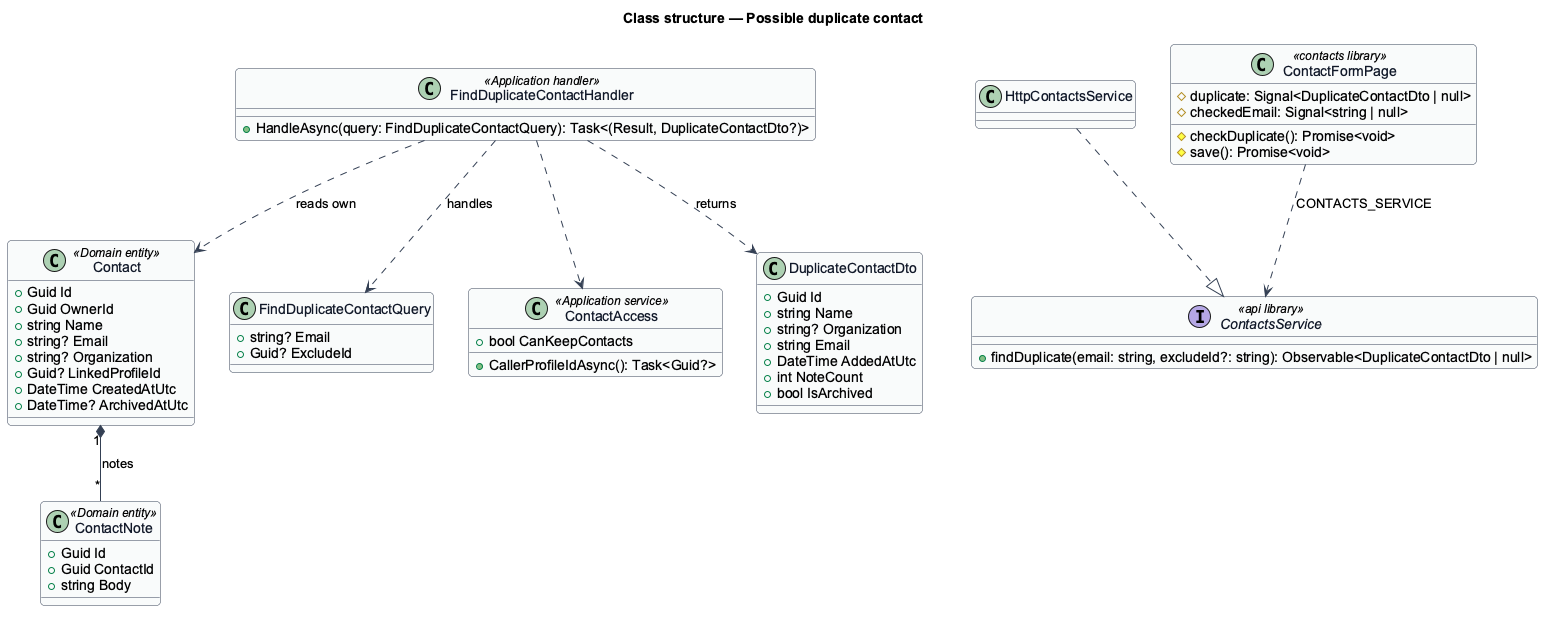
The PlantUML diagram docs/detailed-designs/contacts/possible-duplicate-contact/diagrams/class-structure.png in QuinntyneBrown/faithtech-community, before a commit.
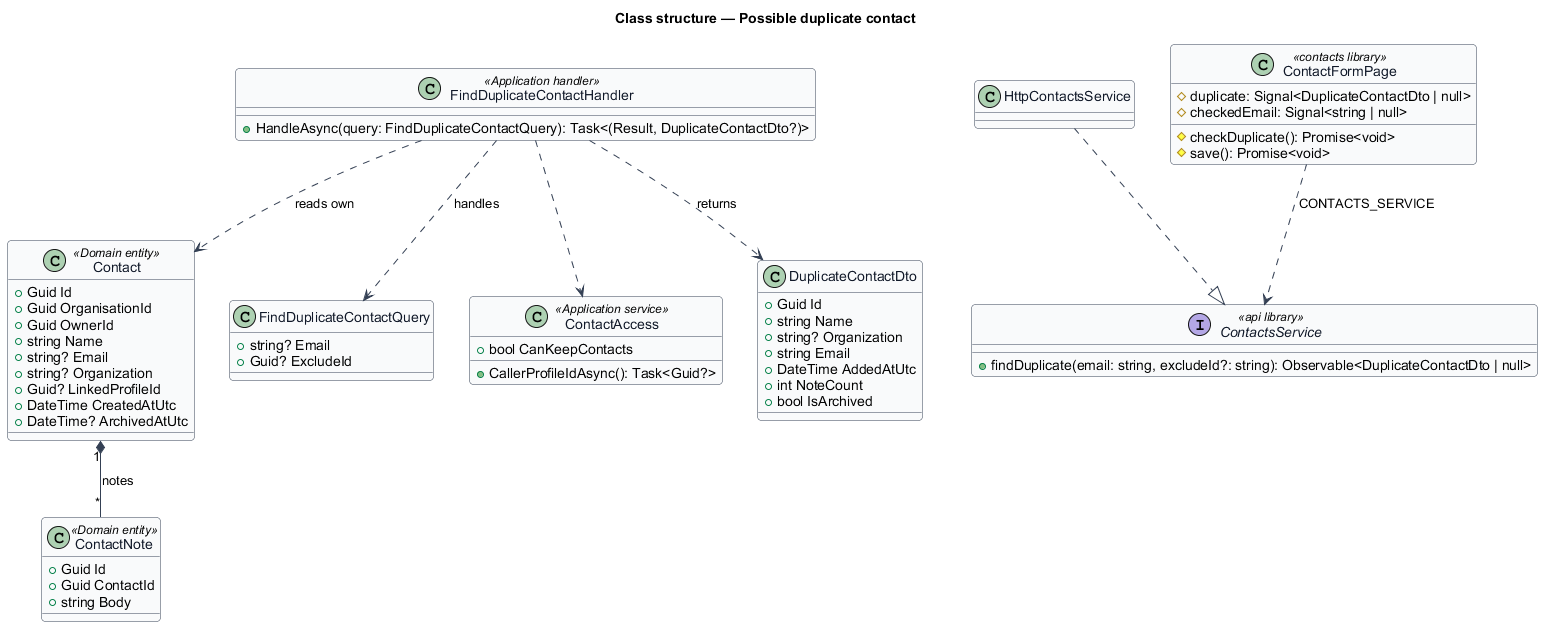
After the change.

Diff of the diagram source:
```diff
@@ -13,6 +13,7 @@
 
 class Contact <<Domain entity>> {
   +Guid Id
+  +Guid OrganisationId
   +Guid OwnerId
   +string Name
   +string? Email
```
